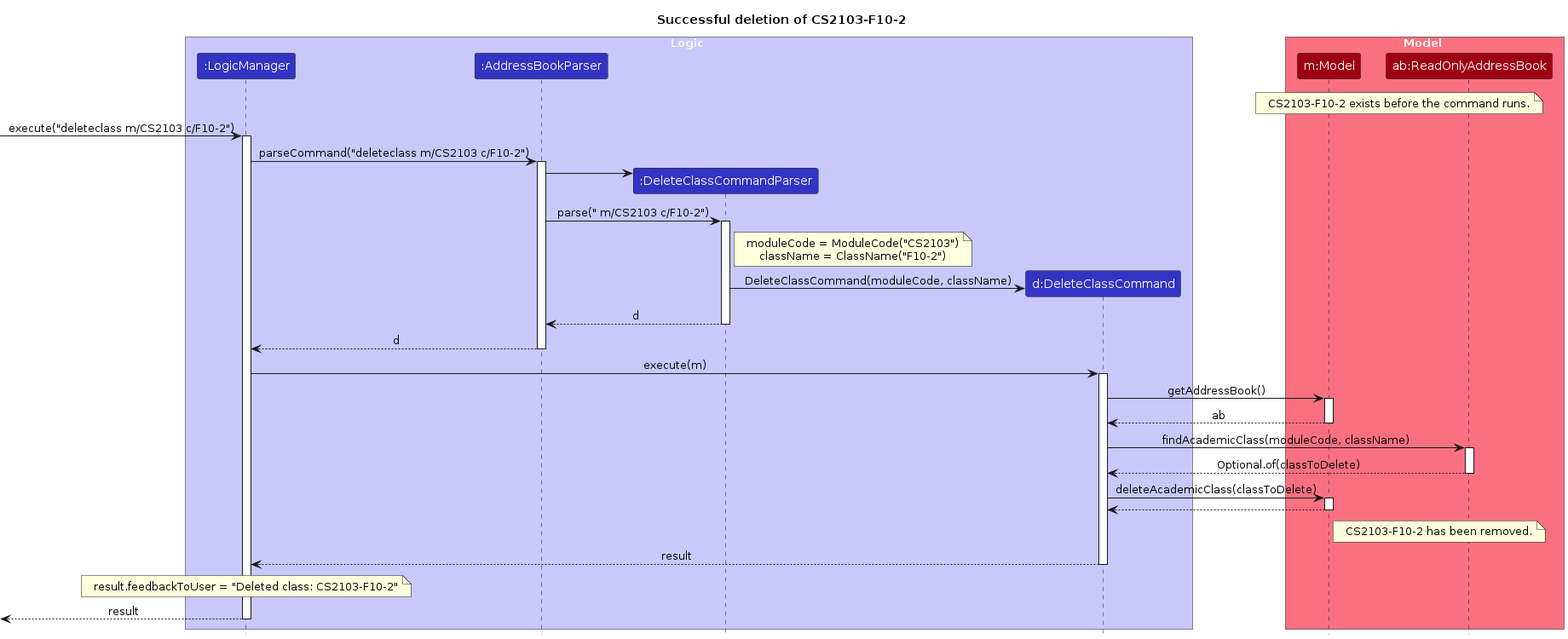
Before: diagrams/DeleteClassSequenceDiagram-Logic.png, a diagram exported from PlantUML (AY2627S1-CS2103-F10-2/tp). Its source is kept beside it as diagrams/DeleteClassSequenceDiagram-Logic.puml. Source of this version:
```plantuml
@startuml
!include style.puml
skinparam ArrowFontStyle plain
title Successful deletion of CS2103-F10-2

box Logic LOGIC_COLOR_T1
participant ":LogicManager" as LogicManager LOGIC_COLOR
participant ":AddressBookParser" as AddressBookParser LOGIC_COLOR
participant ":DeleteClassCommandParser" as DeleteClassCommandParser LOGIC_COLOR
participant "d:DeleteClassCommand" as DeleteClassCommand LOGIC_COLOR
end box

box Model MODEL_COLOR_T1
participant "m:Model" as Model MODEL_COLOR
participant "ab:ReadOnlyAddressBook" as AddressBook MODEL_COLOR
end box

note over Model, AddressBook : CS2103-F10-2 exists before the command runs.

[-> LogicManager : execute("deleteclass m/CS2103 c/F10-2")
activate LogicManager

LogicManager -> AddressBookParser : parseCommand("deleteclass m/CS2103 c/F10-2")
activate AddressBookParser

create DeleteClassCommandParser
AddressBookParser -> DeleteClassCommandParser
AddressBookParser -> DeleteClassCommandParser : parse(" m/CS2103 c/F10-2")
activate DeleteClassCommandParser
note right of DeleteClassCommandParser
moduleCode = ModuleCode("CS2103")
className = ClassName("F10-2")
end note

create DeleteClassCommand
DeleteClassCommandParser -> DeleteClassCommand : DeleteClassCommand(moduleCode, className)
DeleteClassCommandParser --> AddressBookParser : d
deactivate DeleteClassCommandParser

AddressBookParser --> LogicManager : d
deactivate AddressBookParser

LogicManager -> DeleteClassCommand : execute(m)
activate DeleteClassCommand

DeleteClassCommand -> Model : getAddressBook()
activate Model
Model --> DeleteClassCommand : ab
deactivate Model

DeleteClassCommand -> AddressBook : findAcademicClass(moduleCode, className)
activate AddressBook
AddressBook --> DeleteClassCommand : Optional.of(classToDelete)
deactivate AddressBook

DeleteClassCommand -> Model : deleteAcademicClass(classToDelete)
activate Model
Model --> DeleteClassCommand
deactivate Model
note right of Model : CS2103-F10-2 has been removed.

DeleteClassCommand --> LogicManager : result
deactivate DeleteClassCommand
note over LogicManager : result.feedbackToUser = "Deleted class: CS2103-F10-2"

[<-- LogicManager : result
deactivate LogicManager
@enduml
```
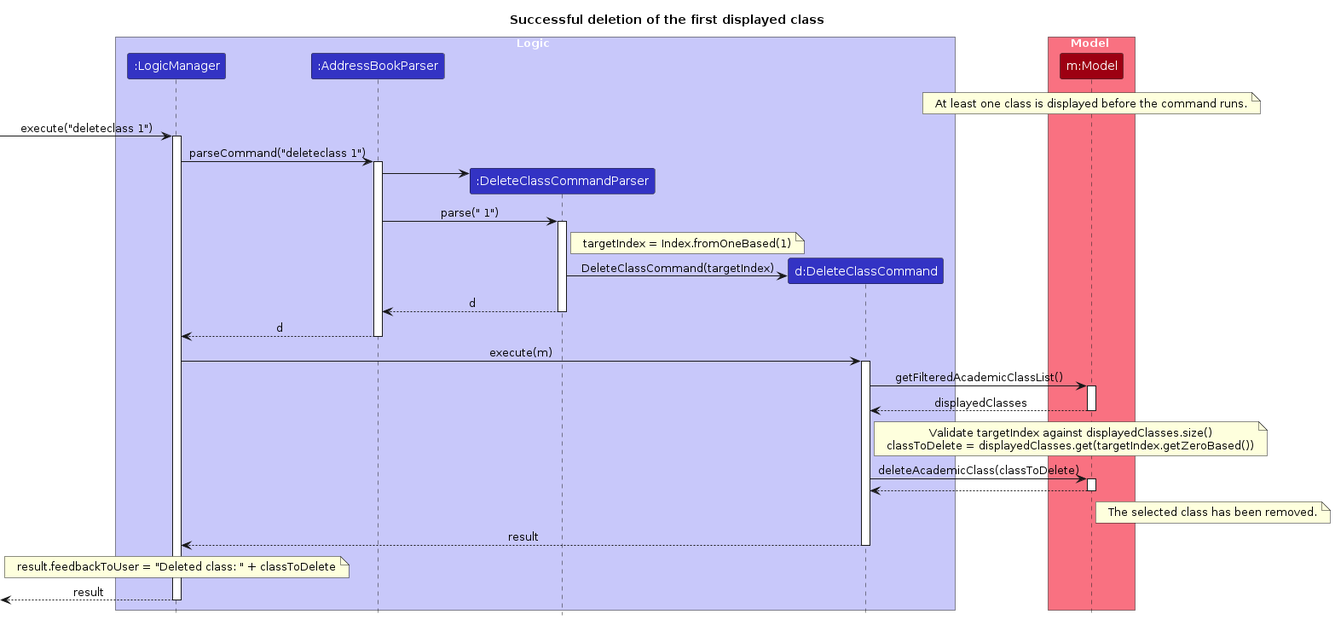
The same diagram one commit later.

What changed in the source:
```diff
@@ -1,7 +1,7 @@
 @startuml
 !include style.puml
 skinparam ArrowFontStyle plain
-title Successful deletion of CS2103-F10-2
+title Successful deletion of the first displayed class
 
 box Logic LOGIC_COLOR_T1
 participant ":LogicManager" as LogicManager LOGIC_COLOR
@@ -12,28 +12,26 @@
 
 box Model MODEL_COLOR_T1
 participant "m:Model" as Model MODEL_COLOR
-participant "ab:ReadOnlyAddressBook" as AddressBook MODEL_COLOR
 end box
 
-note over Model, AddressBook : CS2103-F10-2 exists before the command runs.
+note over Model : At least one class is displayed before the command runs.
 
-[-> LogicManager : execute("deleteclass m/CS2103 c/F10-2")
+[-> LogicManager : execute("deleteclass 1")
 activate LogicManager
 
-LogicManager -> AddressBookParser : parseCommand("deleteclass m/CS2103 c/F10-2")
+LogicManager -> AddressBookParser : parseCommand("deleteclass 1")
 activate AddressBookParser
 
 create DeleteClassCommandParser
 AddressBookParser -> DeleteClassCommandParser
-AddressBookParser -> DeleteClassCommandParser : parse(" m/CS2103 c/F10-2")
+AddressBookParser -> DeleteClassCommandParser : parse(" 1")
 activate DeleteClassCommandParser
 note right of DeleteClassCommandParser
-moduleCode = ModuleCode("CS2103")
-className = ClassName("F10-2")
+targetIndex = Index.fromOneBased(1)
 end note
 
 create DeleteClassCommand
-DeleteClassCommandParser -> DeleteClassCommand : DeleteClassCommand(moduleCode, className)
+DeleteClassCommandParser -> DeleteClassCommand : DeleteClassCommand(targetIndex)
 DeleteClassCommandParser --> AddressBookParser : d
 deactivate DeleteClassCommandParser
 
@@ -43,25 +41,25 @@
 LogicManager -> DeleteClassCommand : execute(m)
 activate DeleteClassCommand
 
-DeleteClassCommand -> Model : getAddressBook()
+DeleteClassCommand -> Model : getFilteredAcademicClassList()
 activate Model
-Model --> DeleteClassCommand : ab
+Model --> DeleteClassCommand : displayedClasses
 deactivate Model
 
-DeleteClassCommand -> AddressBook : findAcademicClass(moduleCode, className)
-activate AddressBook
-AddressBook --> DeleteClassCommand : Optional.of(classToDelete)
-deactivate AddressBook
+note right of DeleteClassCommand
+Validate targetIndex against displayedClasses.size()
+classToDelete = displayedClasses.get(targetIndex.getZeroBased())
+end note
 
 DeleteClassCommand -> Model : deleteAcademicClass(classToDelete)
 activate Model
 Model --> DeleteClassCommand
 deactivate Model
-note right of Model : CS2103-F10-2 has been removed.
+note right of Model : The selected class has been removed.
 
 DeleteClassCommand --> LogicManager : result
 deactivate DeleteClassCommand
-note over LogicManager : result.feedbackToUser = "Deleted class: CS2103-F10-2"
+note over LogicManager : result.feedbackToUser = "Deleted class: " + classToDelete
 
 [<-- LogicManager : result
 deactivate LogicManager
```
